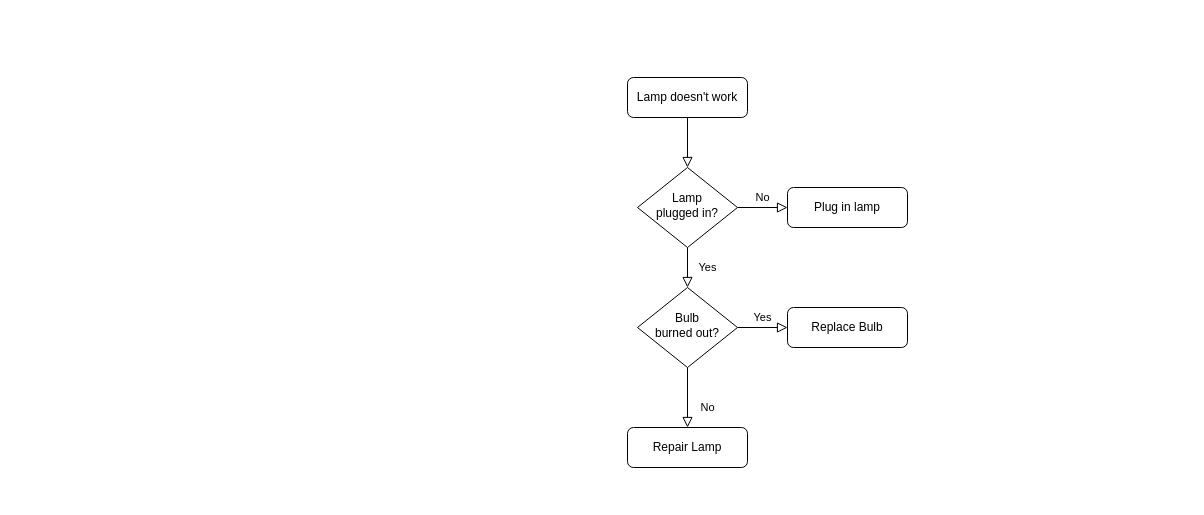
The draw.io diagram PC端海外站流程图.drawio in gu18888/proj_01, before the edit. Source tidied: cells renumbered, new cells numbered last; positions are measured from the earlier drawing's top-left corner, leaving out a move shared by most shapes. Both pictures are drawn from the tidied source at 100%, with x=0, y=0 at pixel (627, 77).
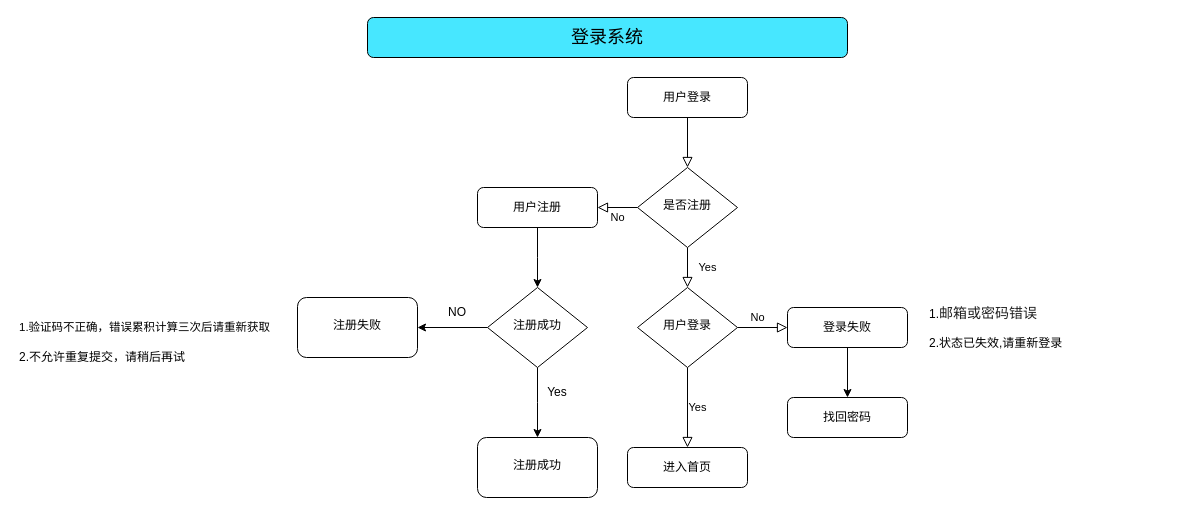
The same page after the edit.

Commit message:
更新PC端海外站流程图-登录.drawio

Diff of the diagram source:
```diff
@@
+    <mxCell id="13" value="&lt;font style=&quot;font-size: 18px;&quot;&gt;登录系统&lt;/font&gt;" style="rounded=1;whiteSpace=wrap;html=1;fontSize=12;glass=0;strokeWidth=1;shadow=0;fillColor=#47E7FF;" parent="1" vertex="1">
+      <mxGeometry x="-260" y="-60" width="480" height="40" as="geometry" />
+    </mxCell>
@@
-    <mxCell id="3" value="Lamp doesn't work" style="rounded=1;whiteSpace=wrap;html=1;fontSize=12;glass=0;strokeWidth=1;shadow=0;" parent="1" vertex="1">
+    <mxCell id="3" value="用户登录" style="rounded=1;whiteSpace=wrap;html=1;fontSize=12;glass=0;strokeWidth=1;shadow=0;" parent="1" vertex="1">
       <mxGeometry width="120" height="40" as="geometry" />
     </mxCell>
@@
-    <mxCell id="6" value="Lamp&lt;br&gt;plugged in?" style="rhombus;whiteSpace=wrap;html=1;shadow=0;fontFamily=Helvetica;fontSize=12;align=center;strokeWidth=1;spacing=6;spacingTop=-4;" parent="1" vertex="1">
+    <mxCell id="6" value="是否注册" style="rhombus;whiteSpace=wrap;html=1;shadow=0;fontFamily=Helvetica;fontSize=12;align=center;strokeWidth=1;spacing=6;spacingTop=-4;" parent="1" vertex="1">
       <mxGeometry x="10" y="90" width="100" height="80" as="geometry" />
     </mxCell>
+    <mxCell id="14" style="edgeStyle=orthogonalEdgeStyle;rounded=0;jettySize=auto;html=1;" parent="1" edge="1" source="7">
+      <mxGeometry relative="1" as="geometry">
+        <mxPoint x="-90" y="210" as="targetPoint" />
+      </mxGeometry>
+    </mxCell>
-    <mxCell id="7" value="Plug in lamp" style="rounded=1;whiteSpace=wrap;html=1;fontSize=12;glass=0;strokeWidth=1;shadow=0;" parent="1" vertex="1">
-      <mxGeometry x="160" y="110" width="120" height="40" as="geometry" />
+    <mxCell id="7" value="用户注册" style="rounded=1;whiteSpace=wrap;html=1;fontSize=12;glass=0;strokeWidth=1;shadow=0;" parent="1" vertex="1">
+      <mxGeometry x="-150" y="110" width="120" height="40" as="geometry" />
     </mxCell>
     <mxCell id="8" value="No" style="rounded=0;html=1;jettySize=auto;fontSize=11;endArrow=block;endFill=0;endSize=8;strokeWidth=1;shadow=0;labelBackgroundColor=none;edgeStyle=orthogonalEdgeStyle;" parent="1" edge="1" source="10" target="11">
-      <mxGeometry x="0.33" y="20" relative="1" as="geometry" />
+      <mxGeometry x="-0.2" y="10" relative="1" as="geometry" />
     </mxCell>
@@
-    <mxCell id="10" value="Bulb&lt;br&gt;burned out?" style="rhombus;whiteSpace=wrap;html=1;shadow=0;fontFamily=Helvetica;fontSize=12;align=center;strokeWidth=1;spacing=6;spacingTop=-4;" parent="1" vertex="1">
+    <mxCell id="10" value="用户登录" style="rhombus;whiteSpace=wrap;html=1;shadow=0;fontFamily=Helvetica;fontSize=12;align=center;strokeWidth=1;spacing=6;spacingTop=-4;" parent="1" vertex="1">
       <mxGeometry x="10" y="210" width="100" height="80" as="geometry" />
     </mxCell>
+    <mxCell id="15" style="edgeStyle=orthogonalEdgeStyle;rounded=0;jettySize=auto;html=1;" parent="1" edge="1" source="11" target="16">
+      <mxGeometry relative="1" as="geometry" />
+    </mxCell>
-    <mxCell id="11" value="Repair Lamp" style="rounded=1;whiteSpace=wrap;html=1;fontSize=12;glass=0;strokeWidth=1;shadow=0;" parent="1" vertex="1">
-      <mxGeometry y="350" width="120" height="40" as="geometry" />
+    <mxCell id="11" value="登录失败" style="rounded=1;whiteSpace=wrap;html=1;fontSize=12;glass=0;strokeWidth=1;shadow=0;" parent="1" vertex="1">
+      <mxGeometry x="160" y="230" width="120" height="40" as="geometry" />
     </mxCell>
-    <mxCell id="12" value="Replace Bulb" style="rounded=1;whiteSpace=wrap;html=1;fontSize=12;glass=0;strokeWidth=1;shadow=0;" parent="1" vertex="1">
-      <mxGeometry x="160" y="230" width="120" height="40" as="geometry" />
+    <mxCell id="12" value="进入首页" style="rounded=1;whiteSpace=wrap;html=1;fontSize=12;glass=0;strokeWidth=1;shadow=0;" parent="1" vertex="1">
+      <mxGeometry y="370" width="120" height="40" as="geometry" />
     </mxCell>
+    <mxCell id="16" value="找回密码" style="rounded=1;whiteSpace=wrap;html=1;fontSize=12;glass=0;strokeWidth=1;shadow=0;" parent="1" vertex="1">
+      <mxGeometry x="160" y="320" width="120" height="40" as="geometry" />
+    </mxCell>
+    <mxCell id="17" value="&lt;div&gt;1.&lt;span style=&quot;color: rgba(0, 0, 0, 0.88); font-family: -apple-system, BlinkMacSystemFont, &amp;quot;Segoe UI&amp;quot;, Roboto, &amp;quot;Helvetica Neue&amp;quot;, Arial, &amp;quot;Noto Sans&amp;quot;, sans-serif, &amp;quot;Apple Color Emoji&amp;quot;, &amp;quot;Segoe UI Emoji&amp;quot;, &amp;quot;Segoe UI Symbol&amp;quot;, &amp;quot;Noto Color Emoji&amp;quot;; font-size: 14px; text-align: center; background-color: rgb(255, 255, 255);&quot;&gt;邮箱或密码错误&lt;/span&gt;&lt;/div&gt;&lt;div&gt;&lt;br&gt;&lt;/div&gt;2.状态已失效,请重新登录" style="text;html=1;strokeColor=none;fillColor=none;align=left;verticalAlign=middle;whiteSpace=wrap;rounded=0;" parent="1" vertex="1">
+      <mxGeometry x="300" y="185" width="260" height="130" as="geometry" />
+    </mxCell>
+    <mxCell id="18" style="edgeStyle=orthogonalEdgeStyle;rounded=0;jettySize=auto;html=1;" parent="1" edge="1" source="20" target="21">
+      <mxGeometry relative="1" as="geometry" />
+    </mxCell>
+    <mxCell id="19" style="edgeStyle=orthogonalEdgeStyle;rounded=0;jettySize=auto;html=1;" parent="1" edge="1" source="20">
+      <mxGeometry relative="1" as="geometry">
+        <mxPoint x="-90" y="360" as="targetPoint" />
+      </mxGeometry>
+    </mxCell>
+    <mxCell id="20" value="注册成功" style="rhombus;whiteSpace=wrap;html=1;shadow=0;fontFamily=Helvetica;fontSize=12;align=center;strokeWidth=1;spacing=6;spacingTop=-4;" parent="1" vertex="1">
+      <mxGeometry x="-140" y="210" width="100" height="80" as="geometry" />
+    </mxCell>
+    <mxCell id="21" value="注册失败" style="rounded=1;whiteSpace=wrap;html=1;shadow=0;strokeWidth=1;spacing=6;spacingTop=-4;" parent="1" vertex="1">
+      <mxGeometry x="-330" y="220" width="120" height="60" as="geometry" />
+    </mxCell>
+    <mxCell id="22" value="注册成功" style="rounded=1;whiteSpace=wrap;html=1;shadow=0;strokeWidth=1;spacing=6;spacingTop=-4;" parent="1" vertex="1">
+      <mxGeometry x="-150" y="360" width="120" height="60" as="geometry" />
+    </mxCell>
+    <mxCell id="23" value="NO" style="text;html=1;strokeColor=none;fillColor=none;align=center;verticalAlign=middle;whiteSpace=wrap;rounded=0;" parent="1" vertex="1">
+      <mxGeometry x="-200" y="220" width="60" height="30" as="geometry" />
+    </mxCell>
+    <mxCell id="24" value="Yes" style="text;html=1;strokeColor=none;fillColor=none;align=center;verticalAlign=middle;whiteSpace=wrap;rounded=0;" parent="1" vertex="1">
+      <mxGeometry x="-100" y="300" width="60" height="30" as="geometry" />
+    </mxCell>
+    <mxCell id="25" value="&lt;br&gt;&lt;br&gt;&lt;div&gt;&lt;span style=&quot;mso-spacerun:'yes';font-family:微软雅黑;color:rgb(0,0,0);font-size:8.6377pt;mso-font-kerning:0.0000pt;&quot;&gt;&lt;font face=&quot;微软雅黑&quot;&gt;1.验证码不正确，错误累积计算三次后请重新获取&lt;/font&gt;&lt;/span&gt;&lt;/div&gt;&lt;div&gt;&lt;span style=&quot;mso-spacerun:'yes';font-family:微软雅黑;color:rgb(0,0,0);font-size:8.6377pt;mso-font-kerning:0.0000pt;&quot;&gt;&lt;font face=&quot;微软雅黑&quot;&gt;&lt;br&gt;&lt;/font&gt;&lt;/span&gt;&lt;/div&gt;&lt;div&gt;&lt;/div&gt;2.不允许重复提交，请稍后再试" style="text;html=1;strokeColor=none;fillColor=none;align=left;verticalAlign=middle;whiteSpace=wrap;rounded=0;" parent="1" vertex="1">
+      <mxGeometry x="-610" y="185" width="270" height="130" as="geometry" />
+    </mxCell>
```
